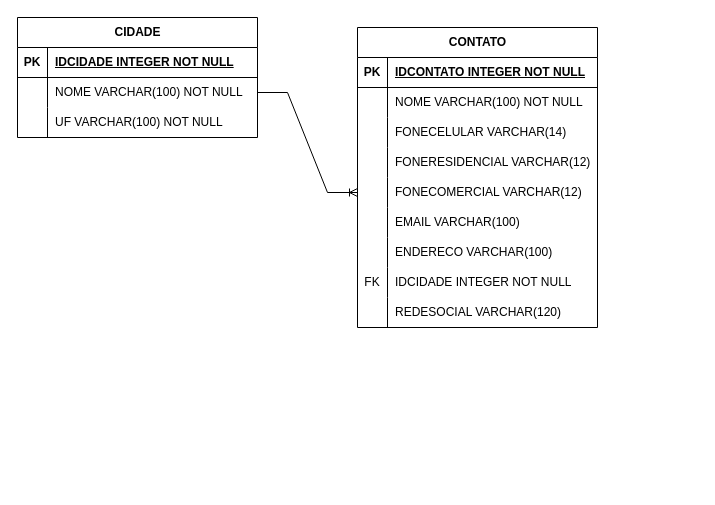
Before: Diagrama sem nome.drawio in joaopaulopossamai/Banco-de-dados, a draw.io diagram. Source tidied: cells renumbered, new cells numbered last; positions are measured from the earlier drawing's top-left corner, leaving out a move shared by most shapes. Both pictures are drawn from the tidied source at 100%, with x=0, y=0 at pixel (17, 17).
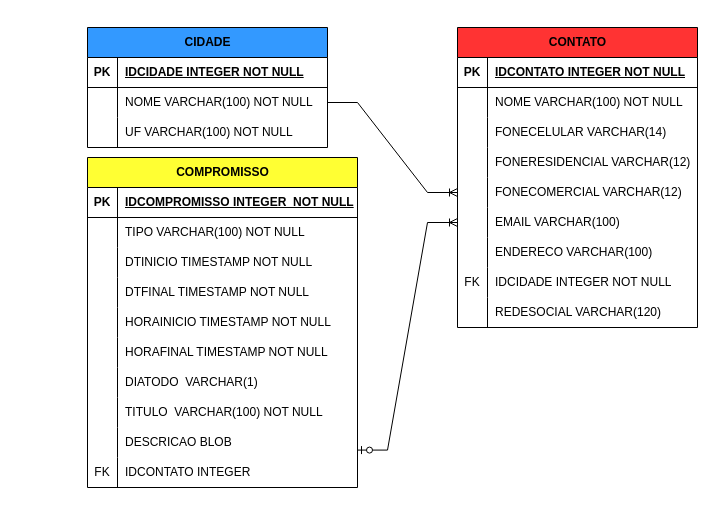
Above is the later version.

The change refers to these unchanged cells:
```xml
<mxCell id="28" style="shape=tableRow;horizontal=0;startSize=0;swimlaneHead=0;swimlaneBody=0;fillColor=none;points=[[0,0.5],[1,0.5]];portConstraint=eastwest;top=0;left=0;right=0;bottom=0;" parent="12" vertex="1">
  <mxGeometry y="180" width="240" height="30" as="geometry" />
</mxCell>
```

Change to the diagram source:
```diff
@@
-    <mxCell id="2" value="CIDADE" style="shape=table;startSize=30;childLayout=tableLayout;rowLines=0;fontStyle=1;align=center;html=1;" parent="1" vertex="1">
-      <mxGeometry width="240" height="120" as="geometry" />
+    <mxCell id="2" value="CIDADE" style="shape=table;startSize=30;childLayout=tableLayout;rowLines=0;fontStyle=1;align=center;html=1;fillColor=#3399FF;" parent="1" vertex="1">
+      <mxGeometry x="70" y="10" width="240" height="120" as="geometry" />
     </mxCell>
@@
-    <mxCell id="12" value="CONTATO" style="shape=table;startSize=30;childLayout=tableLayout;rowLines=0;fontStyle=1;align=center;html=1;" parent="1" vertex="1">
-      <mxGeometry x="340" y="10" width="240" height="300" as="geometry" />
+    <mxCell id="12" value="CONTATO" style="shape=table;startSize=30;childLayout=tableLayout;rowLines=0;fontStyle=1;align=center;html=1;fillColor=#FF3333;" parent="1" vertex="1">
+      <mxGeometry x="440" y="10" width="240" height="300" as="geometry" />
     </mxCell>
@@
+    <mxCell id="41" value="COMPROMISSO" style="shape=table;startSize=30;childLayout=tableLayout;rowLines=0;fontStyle=1;align=center;html=1;fillColor=#FFFF33;" parent="1" vertex="1">
+      <mxGeometry x="70" y="140" width="270" height="330" as="geometry" />
+    </mxCell>
+    <mxCell id="42" style="shape=tableRow;horizontal=0;startSize=0;swimlaneHead=0;swimlaneBody=0;fillColor=none;top=0;left=0;right=0;bottom=1;" parent="41" vertex="1">
+      <mxGeometry y="30" width="270" height="30" as="geometry" />
+    </mxCell>
+    <mxCell id="43" value="PK" style="shape=partialRectangle;fillColor=none;top=0;left=0;bottom=0;right=0;fontStyle=1;overflow=hidden;whiteSpace=wrap;html=1;" parent="42" vertex="1">
+      <mxGeometry width="30" height="30" as="geometry" />
+    </mxCell>
+    <mxCell id="44" value="IDCOMPROMISSO INTEGER&amp;nbsp; NOT NULL" style="shape=partialRectangle;fillColor=none;top=0;left=0;bottom=0;right=0;align=left;spacingLeft=6;fontStyle=5;overflow=hidden;whiteSpace=wrap;html=1;" parent="42" vertex="1">
+      <mxGeometry x="30" width="240" height="30" as="geometry" />
+    </mxCell>
+    <mxCell id="45" style="shape=tableRow;horizontal=0;startSize=0;swimlaneHead=0;swimlaneBody=0;fillColor=none;top=0;left=0;right=0;bottom=0;" parent="41" vertex="1">
+      <mxGeometry y="60" width="270" height="30" as="geometry" />
+    </mxCell>
+    <mxCell id="46" style="shape=partialRectangle;fillColor=none;top=0;left=0;bottom=0;right=0;overflow=hidden;whiteSpace=wrap;html=1;" parent="45" vertex="1">
+      <mxGeometry width="30" height="30" as="geometry" />
+    </mxCell>
+    <mxCell id="47" value="TIPO VARCHAR(100) NOT NULL" style="shape=partialRectangle;fillColor=none;top=0;left=0;bottom=0;right=0;align=left;spacingLeft=6;overflow=hidden;whiteSpace=wrap;html=1;" parent="45" vertex="1">
+      <mxGeometry x="30" width="240" height="30" as="geometry" />
+    </mxCell>
+    <mxCell id="48" style="shape=tableRow;horizontal=0;startSize=0;swimlaneHead=0;swimlaneBody=0;fillColor=none;top=0;left=0;right=0;bottom=0;" parent="41" vertex="1">
+      <mxGeometry y="90" width="270" height="30" as="geometry" />
+    </mxCell>
+    <mxCell id="49" style="shape=partialRectangle;fillColor=none;top=0;left=0;bottom=0;right=0;overflow=hidden;whiteSpace=wrap;html=1;" parent="48" vertex="1">
+      <mxGeometry width="30" height="30" as="geometry" />
+    </mxCell>
+    <mxCell id="50" value="DTINICIO TIMESTAMP NOT NULL&amp;nbsp;" style="shape=partialRectangle;fillColor=none;top=0;left=0;bottom=0;right=0;align=left;spacingLeft=6;overflow=hidden;whiteSpace=wrap;html=1;" parent="48" vertex="1">
+      <mxGeometry x="30" width="240" height="30" as="geometry" />
+    </mxCell>
+    <mxCell id="51" style="shape=tableRow;horizontal=0;startSize=0;swimlaneHead=0;swimlaneBody=0;fillColor=none;top=0;left=0;right=0;bottom=0;" parent="41" vertex="1">
+      <mxGeometry y="120" width="270" height="30" as="geometry" />
+    </mxCell>
+    <mxCell id="52" style="shape=partialRectangle;fillColor=none;top=0;left=0;bottom=0;right=0;overflow=hidden;whiteSpace=wrap;html=1;" parent="51" vertex="1">
+      <mxGeometry width="30" height="30" as="geometry" />
+    </mxCell>
+    <mxCell id="53" value="DTFINAL TIMESTAMP NOT NULL" style="shape=partialRectangle;fillColor=none;top=0;left=0;bottom=0;right=0;align=left;spacingLeft=6;overflow=hidden;whiteSpace=wrap;html=1;" parent="51" vertex="1">
+      <mxGeometry x="30" width="240" height="30" as="geometry" />
+    </mxCell>
+    <mxCell id="54" style="shape=tableRow;horizontal=0;startSize=0;swimlaneHead=0;swimlaneBody=0;fillColor=none;top=0;left=0;right=0;bottom=0;" parent="41" vertex="1">
+      <mxGeometry y="150" width="270" height="30" as="geometry" />
+    </mxCell>
+    <mxCell id="55" style="shape=partialRectangle;fillColor=none;top=0;left=0;bottom=0;right=0;overflow=hidden;whiteSpace=wrap;html=1;" parent="54" vertex="1">
+      <mxGeometry width="30" height="30" as="geometry" />
+    </mxCell>
+    <mxCell id="56" value="HORAINICIO TIMESTAMP NOT NULL" style="shape=partialRectangle;fillColor=none;top=0;left=0;bottom=0;right=0;align=left;spacingLeft=6;overflow=hidden;whiteSpace=wrap;html=1;" parent="54" vertex="1">
+      <mxGeometry x="30" width="240" height="30" as="geometry" />
+    </mxCell>
+    <mxCell id="57" style="shape=tableRow;horizontal=0;startSize=0;swimlaneHead=0;swimlaneBody=0;fillColor=none;top=0;left=0;right=0;bottom=0;" parent="41" vertex="1">
+      <mxGeometry y="180" width="270" height="30" as="geometry" />
+    </mxCell>
+    <mxCell id="58" style="shape=partialRectangle;fillColor=none;top=0;left=0;bottom=0;right=0;overflow=hidden;whiteSpace=wrap;html=1;" parent="57" vertex="1">
+      <mxGeometry width="30" height="30" as="geometry" />
+    </mxCell>
+    <mxCell id="59" value="HORAFINAL TIMESTAMP NOT NULL" style="shape=partialRectangle;fillColor=none;top=0;left=0;bottom=0;right=0;align=left;spacingLeft=6;overflow=hidden;whiteSpace=wrap;html=1;" parent="57" vertex="1">
+      <mxGeometry x="30" width="240" height="30" as="geometry" />
+    </mxCell>
+    <mxCell id="60" style="shape=tableRow;horizontal=0;startSize=0;swimlaneHead=0;swimlaneBody=0;fillColor=none;top=0;left=0;right=0;bottom=0;" parent="41" vertex="1">
+      <mxGeometry y="210" width="270" height="30" as="geometry" />
+    </mxCell>
+    <mxCell id="61" style="shape=partialRectangle;fillColor=none;top=0;left=0;bottom=0;right=0;overflow=hidden;whiteSpace=wrap;html=1;" parent="60" vertex="1">
+      <mxGeometry width="30" height="30" as="geometry" />
+    </mxCell>
+    <mxCell id="62" value="DIATODO&amp;nbsp; VARCHAR(1)" style="shape=partialRectangle;fillColor=none;top=0;left=0;bottom=0;right=0;align=left;spacingLeft=6;overflow=hidden;whiteSpace=wrap;html=1;" parent="60" vertex="1">
+      <mxGeometry x="30" width="240" height="30" as="geometry" />
+    </mxCell>
+    <mxCell id="63" style="shape=tableRow;horizontal=0;startSize=0;swimlaneHead=0;swimlaneBody=0;fillColor=none;top=0;left=0;right=0;bottom=0;" parent="41" vertex="1">
+      <mxGeometry y="240" width="270" height="30" as="geometry" />
+    </mxCell>
+    <mxCell id="64" style="shape=partialRectangle;fillColor=none;top=0;left=0;bottom=0;right=0;overflow=hidden;whiteSpace=wrap;html=1;" parent="63" vertex="1">
+      <mxGeometry width="30" height="30" as="geometry" />
+    </mxCell>
+    <mxCell id="65" value="TITULO&amp;nbsp; VARCHAR(100) NOT NULL" style="shape=partialRectangle;fillColor=none;top=0;left=0;bottom=0;right=0;align=left;spacingLeft=6;overflow=hidden;whiteSpace=wrap;html=1;" parent="63" vertex="1">
+      <mxGeometry x="30" width="240" height="30" as="geometry" />
+    </mxCell>
+    <mxCell id="66" style="shape=tableRow;horizontal=0;startSize=0;swimlaneHead=0;swimlaneBody=0;fillColor=none;points=[[0,0.5],[1,0.5]];portConstraint=eastwest;top=0;left=0;right=0;bottom=0;" parent="41" vertex="1">
+      <mxGeometry y="270" width="270" height="30" as="geometry" />
+    </mxCell>
+    <mxCell id="67" style="shape=partialRectangle;fillColor=none;top=0;left=0;bottom=0;right=0;overflow=hidden;whiteSpace=wrap;html=1;" parent="66" vertex="1">
+      <mxGeometry width="30" height="30" as="geometry" />
+    </mxCell>
+    <mxCell id="68" value="DESCRICAO BLOB" style="shape=partialRectangle;fillColor=none;top=0;left=0;bottom=0;right=0;align=left;spacingLeft=6;overflow=hidden;whiteSpace=wrap;html=1;" parent="66" vertex="1">
+      <mxGeometry x="30" width="240" height="30" as="geometry" />
+    </mxCell>
+    <mxCell id="69" style="shape=tableRow;horizontal=0;startSize=0;swimlaneHead=0;swimlaneBody=0;fillColor=none;top=0;left=0;right=0;bottom=0;" parent="41" vertex="1">
+      <mxGeometry y="300" width="270" height="30" as="geometry" />
+    </mxCell>
+    <mxCell id="70" value="FK" style="shape=partialRectangle;fillColor=none;top=0;left=0;bottom=0;right=0;overflow=hidden;whiteSpace=wrap;html=1;" parent="69" vertex="1">
+      <mxGeometry width="30" height="30" as="geometry" />
+    </mxCell>
+    <mxCell id="71" value="IDCONTATO INTEGER" style="shape=partialRectangle;fillColor=none;top=0;left=0;bottom=0;right=0;align=left;spacingLeft=6;overflow=hidden;whiteSpace=wrap;html=1;" parent="69" vertex="1">
+      <mxGeometry x="30" width="240" height="30" as="geometry" />
+    </mxCell>
+    <mxCell id="72" style="edgeStyle=entityRelationEdgeStyle;fontSize=12;html=1;endArrow=ERoneToMany;startArrow=ERzeroToOne;rounded=0;entryX=0;entryY=0.5;entryDx=0;entryDy=0;exitX=1;exitY=0.753;exitDx=0;exitDy=0;exitPerimeter=0;" parent="1" edge="1" source="66" target="28">
+      <mxGeometry relative="1" as="geometry" />
+    </mxCell>
```
